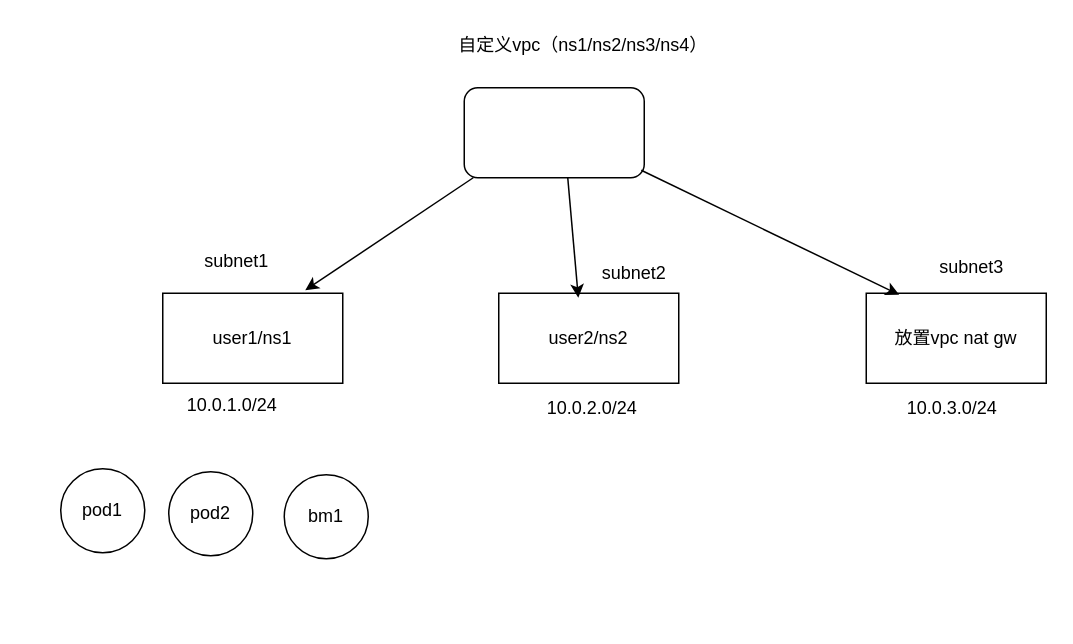
pslzym/advanced-go-programming-book keeps this draw.io diagram as kube-ovn3.drawio. Above is the earlier version. Source tidied: cells renumbered, new cells numbered last; positions are measured from the earlier drawing's top-left corner, leaving out a move shared by most shapes. Both pictures are drawn from the tidied source at 150%, with x=0, y=0 at pixel (60, 26).
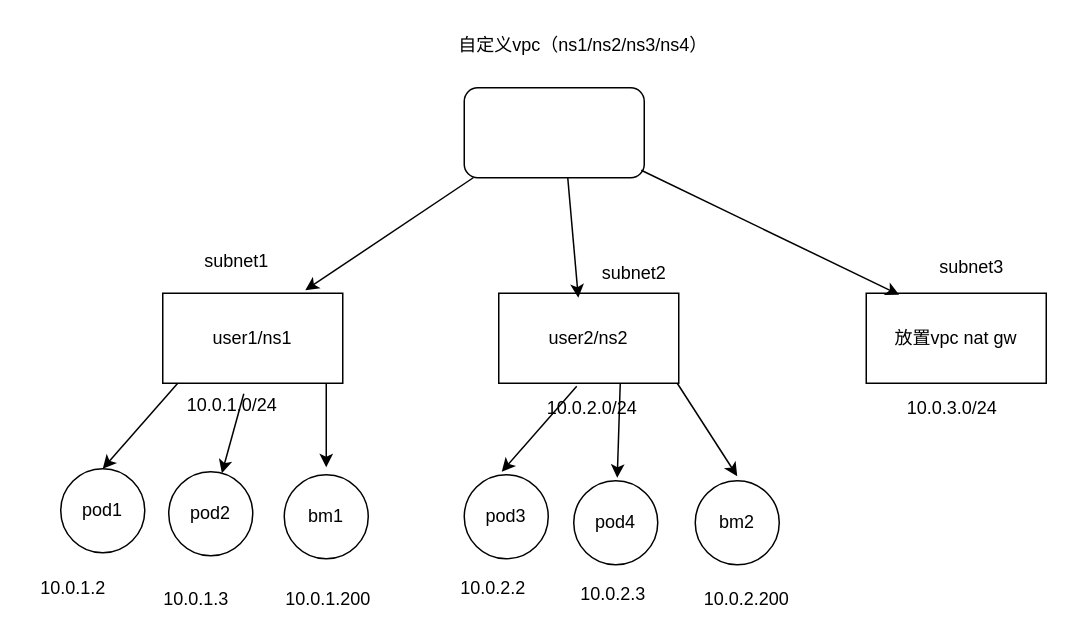
After the change.

The change refers to these unchanged cells:
```xml
<mxCell id="13" value="10.0.1.0/24" style="text;html=1;align=center;verticalAlign=middle;points=[];strokeColor=none;fillColor=none;" parent="1" vertex="1">
  <mxGeometry x="75" y="240" width="78" height="26" as="geometry" />
</mxCell>
<mxCell id="16" value="pod1" style="ellipse;whiteSpace=wrap;html=1;" parent="1" vertex="1">
  <mxGeometry y="295" width="56" height="56" as="geometry" />
</mxCell>
<mxCell id="17" value="pod2" style="ellipse;whiteSpace=wrap;html=1;" parent="1" vertex="1">
  <mxGeometry x="72" y="297" width="56" height="56" as="geometry" />
</mxCell>
```

The edit, as a diff of the source:
```diff
@@
+    <mxCell id="19" value="pod3" style="ellipse;whiteSpace=wrap;html=1;" parent="1" vertex="1">
+      <mxGeometry x="269" y="299" width="56" height="56" as="geometry" />
+    </mxCell>
+    <mxCell id="20" value="pod4" style="ellipse;whiteSpace=wrap;html=1;" parent="1" vertex="1">
+      <mxGeometry x="342" y="303" width="56" height="56" as="geometry" />
+    </mxCell>
+    <mxCell id="21" value="bm2" style="ellipse;whiteSpace=wrap;html=1;" parent="1" vertex="1">
+      <mxGeometry x="423" y="303" width="56" height="56" as="geometry" />
+    </mxCell>
+    <mxCell id="22" style="endArrow=classic;html=1;rounded=0;entryX=0.5;entryY=0;entryDx=0;entryDy=0;" parent="1" edge="1" target="16">
+      <mxGeometry relative="1" as="geometry">
+        <mxPoint x="78" y="238" as="sourcePoint" />
+      </mxGeometry>
+    </mxCell>
+    <mxCell id="23" style="endArrow=classic;html=1;rounded=0;entryX=0.5;entryY=0;entryDx=0;entryDy=0;" parent="1" edge="1">
+      <mxGeometry relative="1" as="geometry">
+        <mxPoint x="344" y="240" as="sourcePoint" />
+        <mxPoint x="294" y="297" as="targetPoint" />
+      </mxGeometry>
+    </mxCell>
+    <mxCell id="24" style="endArrow=classic;html=1;rounded=0;exitX=0.603;exitY=0.192;exitDx=0;exitDy=0;exitPerimeter=0;" parent="1" edge="1" source="13" target="17">
+      <mxGeometry relative="1" as="geometry" />
+    </mxCell>
+    <mxCell id="25" style="endArrow=classic;html=1;rounded=0;exitX=0.603;exitY=0.192;exitDx=0;exitDy=0;exitPerimeter=0;" parent="1" edge="1">
+      <mxGeometry relative="1" as="geometry">
+        <mxPoint x="177" y="238" as="sourcePoint" />
+        <mxPoint x="177" y="294" as="targetPoint" />
+      </mxGeometry>
+    </mxCell>
+    <mxCell id="26" style="endArrow=classic;html=1;rounded=0;exitX=0.603;exitY=0.192;exitDx=0;exitDy=0;exitPerimeter=0;" parent="1" edge="1">
+      <mxGeometry relative="1" as="geometry">
+        <mxPoint x="373" y="238" as="sourcePoint" />
+        <mxPoint x="371" y="301" as="targetPoint" />
+      </mxGeometry>
+    </mxCell>
+    <mxCell id="27" style="endArrow=classic;html=1;rounded=0;exitX=0.603;exitY=0.192;exitDx=0;exitDy=0;exitPerimeter=0;" parent="1" edge="1">
+      <mxGeometry relative="1" as="geometry">
+        <mxPoint x="411" y="238" as="sourcePoint" />
+        <mxPoint x="451" y="300" as="targetPoint" />
+      </mxGeometry>
+    </mxCell>
+    <mxCell id="28" value="10.0.1.2" style="text;html=1;align=center;verticalAlign=middle;strokeColor=none;fillColor=none;" parent="1" vertex="1">
+      <mxGeometry x="-23" y="362" width="61" height="26" as="geometry" />
+    </mxCell>
+    <mxCell id="29" value="10.0.1.3" style="text;html=1;align=center;verticalAlign=middle;strokeColor=none;fillColor=none;" parent="1" vertex="1">
+      <mxGeometry x="59" y="369" width="61" height="26" as="geometry" />
+    </mxCell>
+    <mxCell id="30" value="10.0.1.200" style="text;html=1;align=center;verticalAlign=middle;strokeColor=none;fillColor=none;" parent="1" vertex="1">
+      <mxGeometry x="140" y="369" width="75" height="26" as="geometry" />
+    </mxCell>
+    <mxCell id="31" value="10.0.2.2" style="text;html=1;align=center;verticalAlign=middle;strokeColor=none;fillColor=none;" parent="1" vertex="1">
+      <mxGeometry x="257" y="362" width="61" height="26" as="geometry" />
+    </mxCell>
+    <mxCell id="32" value="10.0.2.3" style="text;html=1;align=center;verticalAlign=middle;strokeColor=none;fillColor=none;" parent="1" vertex="1">
+      <mxGeometry x="337" y="366" width="61" height="26" as="geometry" />
+    </mxCell>
+    <mxCell id="33" value="10.0.2.200" style="text;html=1;align=center;verticalAlign=middle;strokeColor=none;fillColor=none;" parent="1" vertex="1">
+      <mxGeometry x="419" y="369" width="75" height="26" as="geometry" />
+    </mxCell>
```
